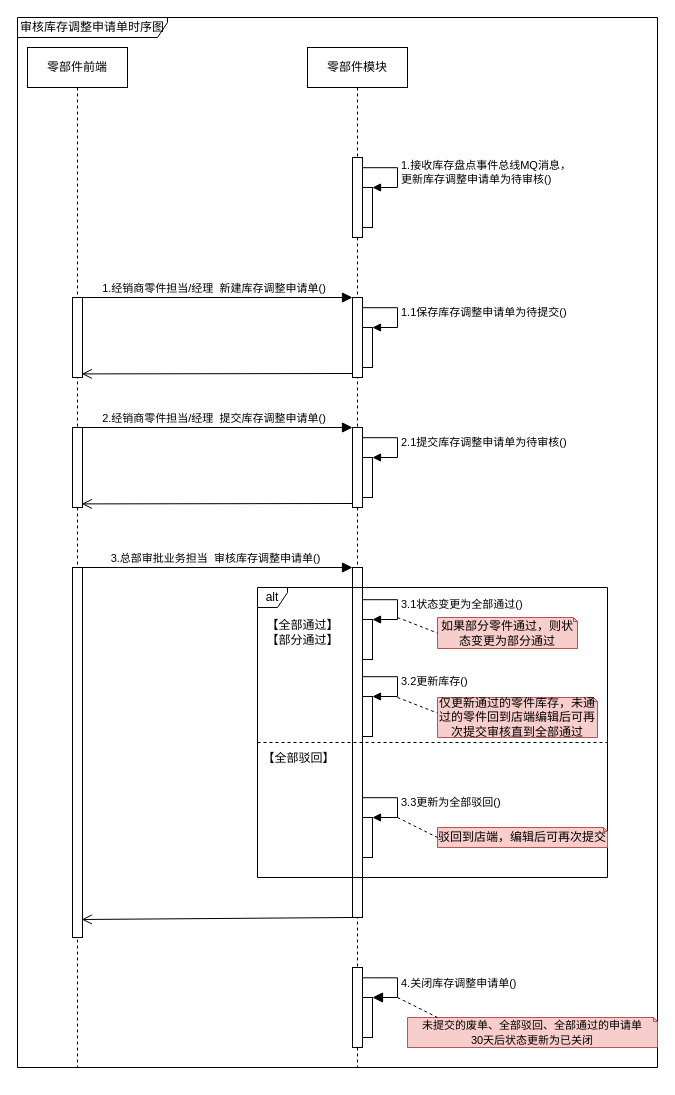
1132489442/gitRepository1 keeps this draw.io diagram as page "时序图" (1 of 4) of 库存调整申请单.drawio. Above is the earlier version. Source tidied: cells renumbered, new cells numbered last; positions are measured from the earlier drawing's top-left corner, leaving out a move shared by most shapes. Both pictures are drawn from the tidied source at 100%, with x=0, y=0 at pixel (17, 17).
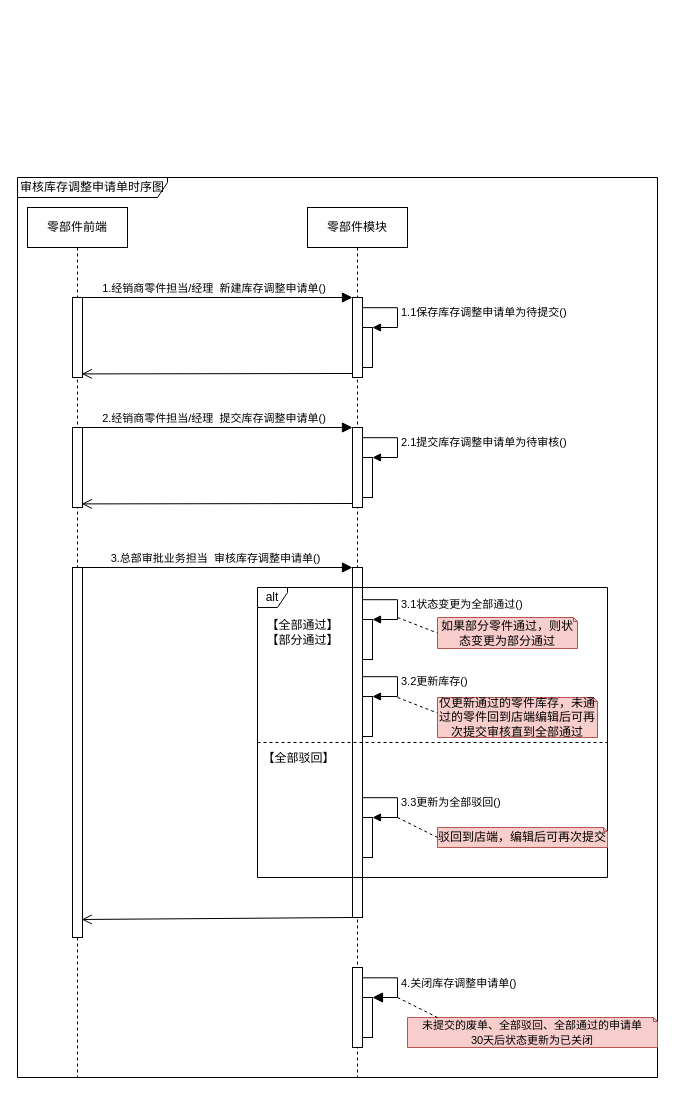
The same diagram, later.

What changed in the source:
```diff
@@
     <mxCell id="2" value="零部件前端" style="shape=umlLifeline;perimeter=lifelinePerimeter;whiteSpace=wrap;html=1;" parent="1" vertex="1">
-      <mxGeometry x="10" y="30" width="100" height="1020" as="geometry" />
+      <mxGeometry x="10" y="190" width="100" height="870" as="geometry" />
     </mxCell>
     <mxCell id="3" value="零部件模块" style="shape=umlLifeline;perimeter=lifelinePerimeter;whiteSpace=wrap;html=1;" parent="1" vertex="1">
-      <mxGeometry x="290" y="30" width="100" height="1020" as="geometry" />
+      <mxGeometry x="290" y="190" width="100" height="870" as="geometry" />
     </mxCell>
@@
-    <mxCell id="5" style="html=1;perimeter=orthogonalPerimeter;" parent="3" vertex="1">
-      <mxGeometry x="45" y="110" width="10" height="80" as="geometry" />
-    </mxCell>
     <mxCell id="6" style="html=1;points=[];perimeter=orthogonalPerimeter;" parent="3" vertex="1">
-      <mxGeometry x="45" y="920" width="10" height="80" as="geometry" />
+      <mxGeometry x="45" y="760" width="10" height="80" as="geometry" />
     </mxCell>
     <mxCell id="7" style="html=1;points=[];perimeter=orthogonalPerimeter;" parent="3" vertex="1">
-      <mxGeometry x="55" y="950" width="10" height="40" as="geometry" />
+      <mxGeometry x="55" y="790" width="10" height="40" as="geometry" />
     </mxCell>
     <mxCell id="8" value="4.关闭库存调整申请单()" style="edgeStyle=orthogonalEdgeStyle;html=1;align=left;spacingLeft=2;endArrow=block;rounded=0;entryX=1;entryY=0;startSize=14;endSize=8;exitX=1.023;exitY=0.129;exitDx=0;exitDy=0;exitPerimeter=0;" parent="3" edge="1" source="6" target="7">
       <mxGeometry relative="1" as="geometry">
         <Array as="points">
-          <mxPoint x="90" y="930" />
-          <mxPoint x="90" y="950" />
+          <mxPoint x="90" y="770" />
+          <mxPoint x="90" y="790" />
         </Array>
       </mxGeometry>
     </mxCell>
     <mxCell id="9" value="审核库存调整申请单时序图" style="shape=umlFrame;whiteSpace=wrap;html=1;fillColor=#FFFFFF;width=150;height=20;" parent="1" vertex="1">
-      <mxGeometry width="640" height="1050" as="geometry" />
+      <mxGeometry y="160" width="640" height="900" as="geometry" />
     </mxCell>
-    <mxCell id="10" style="html=1;points=[];perimeter=orthogonalPerimeter;fillColor=#FFFFFF;" parent="1" vertex="1">
-      <mxGeometry x="345" y="170" width="10" height="40" as="geometry" />
-    </mxCell>
-    <mxCell id="11" value="1.接收库存盘点事件总线MQ消息，&lt;br&gt;更新库存调整申请单为待审核()" style="edgeStyle=orthogonalEdgeStyle;html=1;align=left;spacingLeft=2;endArrow=block;rounded=0;entryX=1;entryY=0;exitX=1.022;exitY=0.128;exitDx=0;exitDy=0;exitPerimeter=0;" parent="1" edge="1" target="10">
-      <mxGeometry relative="1" as="geometry">
-        <mxPoint x="345.2" y="150.2" as="sourcePoint" />
-        <Array as="points">
-          <mxPoint x="380" y="150" />
-          <mxPoint x="380" y="170" />
-        </Array>
-      </mxGeometry>
-    </mxCell>
```
